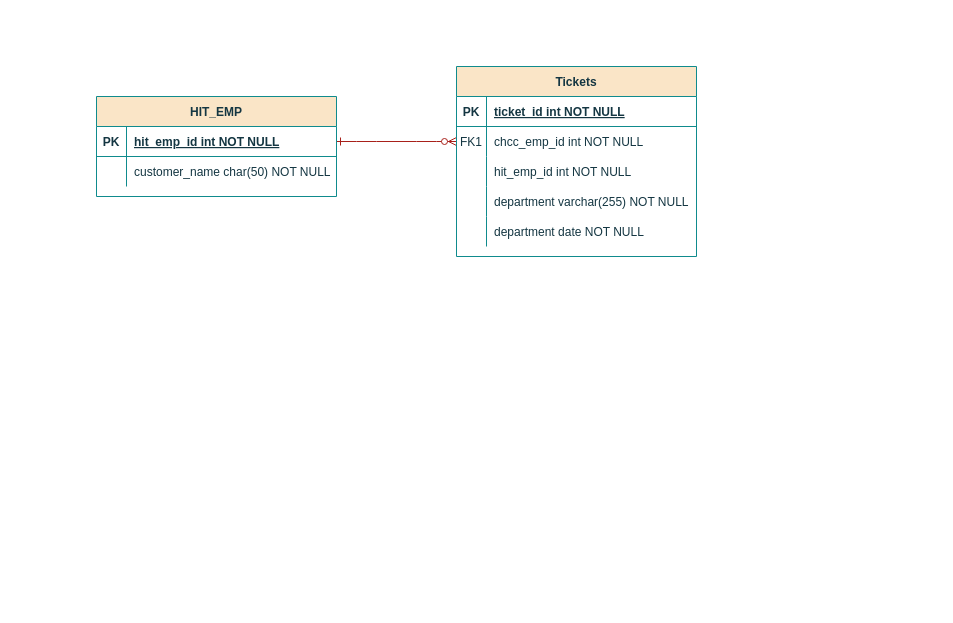
Earlier version of the draw.io diagram Untitled Diagram.drawio (patriciacastillon-marianas/login_diagram). Source tidied: cells renumbered, new cells numbered last; positions are measured from the earlier drawing's top-left corner, leaving out a move shared by most shapes. Both pictures are drawn from the tidied source at 100%, with x=0, y=0 at pixel (96, 66).
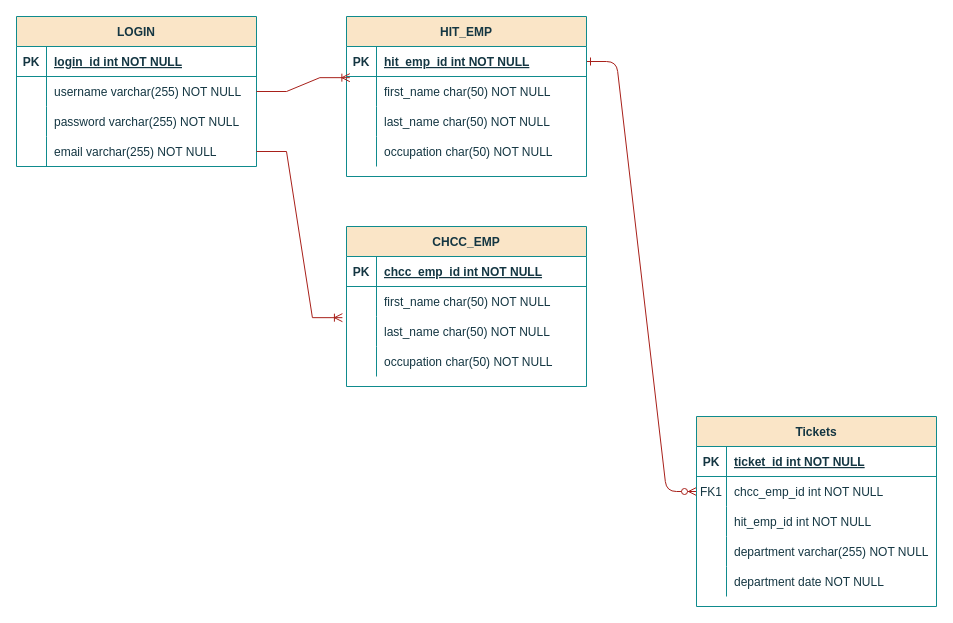
Above is the later version.

The change refers to these unchanged cells:
```xml
<mxCell id="23" style="shape=partialRectangle;fillColor=none;points=[[0,0.5],[1,0.5]];portConstraint=eastwest;top=0;left=0;right=0;bottom=0;labelBackgroundColor=none;strokeColor=#0F8B8D;fontColor=#143642;" parent="19" vertex="1">
  <mxGeometry y="60" width="240" height="30" as="geometry" />
</mxCell>
```

Diff of the diagram source:
```diff
@@
     <mxCell id="3" value="Tickets" style="shape=table;startSize=30;childLayout=tableLayout;rowLines=0;fontStyle=1;align=center;labelBackgroundColor=none;fillColor=#FAE5C7;strokeColor=#0F8B8D;fontColor=#143642;" parent="1" vertex="1">
-      <mxGeometry x="360" width="240" height="190" as="geometry" />
+      <mxGeometry x="600" y="350" width="240" height="190" as="geometry" />
     </mxCell>
@@
     <mxCell id="19" value="HIT_EMP" style="shape=table;startSize=30;childLayout=tableLayout;rowLines=0;fontStyle=1;align=center;labelBackgroundColor=none;fillColor=#FAE5C7;strokeColor=#0F8B8D;fontColor=#143642;" parent="1" vertex="1">
-      <mxGeometry y="30" width="240" height="100" as="geometry" />
+      <mxGeometry x="250" y="-50" width="240" height="160" as="geometry" />
     </mxCell>
@@
-    <mxCell id="25" value="customer_name char(50) NOT NULL" style="shape=partialRectangle;overflow=hidden;fillColor=none;top=0;left=0;bottom=0;right=0;align=left;spacingLeft=6;labelBackgroundColor=none;strokeColor=#0F8B8D;fontColor=#143642;" parent="23" vertex="1">
+    <mxCell id="25" value="first_name char(50) NOT NULL" style="shape=partialRectangle;overflow=hidden;fillColor=none;top=0;left=0;bottom=0;right=0;align=left;spacingLeft=6;labelBackgroundColor=none;strokeColor=#0F8B8D;fontColor=#143642;" parent="23" vertex="1">
       <mxGeometry x="30" width="210" height="30" as="geometry" />
     </mxCell>
+    <mxCell id="26" style="shape=partialRectangle;fillColor=none;top=0;left=0;right=0;bottom=0;labelBackgroundColor=none;strokeColor=#0F8B8D;fontColor=#143642;" parent="19" vertex="1">
+      <mxGeometry y="90" width="240" height="30" as="geometry" />
+    </mxCell>
+    <mxCell id="27" style="shape=partialRectangle;overflow=hidden;fillColor=none;top=0;left=0;bottom=0;right=0;labelBackgroundColor=none;strokeColor=#0F8B8D;fontColor=#143642;" parent="26" vertex="1">
+      <mxGeometry width="30" height="30" as="geometry" />
+    </mxCell>
+    <mxCell id="28" value="last_name char(50) NOT NULL" style="shape=partialRectangle;overflow=hidden;fillColor=none;top=0;left=0;bottom=0;right=0;align=left;spacingLeft=6;labelBackgroundColor=none;strokeColor=#0F8B8D;fontColor=#143642;" parent="26" vertex="1">
+      <mxGeometry x="30" width="210" height="30" as="geometry" />
+    </mxCell>
+    <mxCell id="29" style="shape=partialRectangle;fillColor=none;top=0;left=0;right=0;bottom=0;labelBackgroundColor=none;strokeColor=#0F8B8D;fontColor=#143642;" parent="19" vertex="1">
+      <mxGeometry y="120" width="240" height="30" as="geometry" />
+    </mxCell>
+    <mxCell id="30" style="shape=partialRectangle;overflow=hidden;fillColor=none;top=0;left=0;bottom=0;right=0;labelBackgroundColor=none;strokeColor=#0F8B8D;fontColor=#143642;" parent="29" vertex="1">
+      <mxGeometry width="30" height="30" as="geometry" />
+    </mxCell>
+    <mxCell id="31" value="occupation char(50) NOT NULL" style="shape=partialRectangle;overflow=hidden;fillColor=none;top=0;left=0;bottom=0;right=0;align=left;spacingLeft=6;labelBackgroundColor=none;strokeColor=#0F8B8D;fontColor=#143642;" parent="29" vertex="1">
+      <mxGeometry x="30" width="210" height="30" as="geometry" />
+    </mxCell>
+    <mxCell id="32" value="LOGIN" style="shape=table;startSize=30;childLayout=tableLayout;rowLines=0;fontStyle=1;align=center;labelBackgroundColor=none;fillColor=#FAE5C7;strokeColor=#0F8B8D;fontColor=#143642;" parent="1" vertex="1">
+      <mxGeometry x="-80" y="-50" width="240" height="150" as="geometry" />
+    </mxCell>
+    <mxCell id="33" style="shape=partialRectangle;fillColor=none;top=0;left=0;right=0;bottom=1;labelBackgroundColor=none;strokeColor=#0F8B8D;fontColor=#143642;" parent="32" vertex="1">
+      <mxGeometry y="30" width="240" height="30" as="geometry" />
+    </mxCell>
+    <mxCell id="34" value="PK" style="shape=partialRectangle;overflow=hidden;fillColor=none;top=0;left=0;bottom=0;right=0;fontStyle=1;labelBackgroundColor=none;strokeColor=#0F8B8D;fontColor=#143642;" parent="33" vertex="1">
+      <mxGeometry width="30" height="30" as="geometry" />
+    </mxCell>
+    <mxCell id="35" value="login_id int NOT NULL " style="shape=partialRectangle;overflow=hidden;fillColor=none;top=0;left=0;bottom=0;right=0;align=left;spacingLeft=6;fontStyle=5;labelBackgroundColor=none;strokeColor=#0F8B8D;fontColor=#143642;" parent="33" vertex="1">
+      <mxGeometry x="30" width="210" height="30" as="geometry" />
+    </mxCell>
+    <mxCell id="36" style="shape=partialRectangle;fillColor=none;points=[[0,0.5],[1,0.5]];portConstraint=eastwest;top=0;left=0;right=0;bottom=0;labelBackgroundColor=none;strokeColor=#0F8B8D;fontColor=#143642;" parent="32" vertex="1">
+      <mxGeometry y="60" width="240" height="30" as="geometry" />
+    </mxCell>
+    <mxCell id="37" style="shape=partialRectangle;overflow=hidden;fillColor=none;top=0;left=0;bottom=0;right=0;labelBackgroundColor=none;strokeColor=#0F8B8D;fontColor=#143642;" parent="36" vertex="1">
+      <mxGeometry width="30" height="30" as="geometry" />
+    </mxCell>
+    <mxCell id="38" value="username varchar(255) NOT NULL" style="shape=partialRectangle;overflow=hidden;fillColor=none;top=0;left=0;bottom=0;right=0;align=left;spacingLeft=6;labelBackgroundColor=none;strokeColor=#0F8B8D;fontColor=#143642;" parent="36" vertex="1">
+      <mxGeometry x="30" width="210" height="30" as="geometry" />
+    </mxCell>
+    <mxCell id="39" style="shape=partialRectangle;fillColor=none;top=0;left=0;right=0;bottom=0;labelBackgroundColor=none;strokeColor=#0F8B8D;fontColor=#143642;" parent="32" vertex="1">
+      <mxGeometry y="90" width="240" height="30" as="geometry" />
+    </mxCell>
+    <mxCell id="40" style="shape=partialRectangle;overflow=hidden;fillColor=none;top=0;left=0;bottom=0;right=0;labelBackgroundColor=none;strokeColor=#0F8B8D;fontColor=#143642;" parent="39" vertex="1">
+      <mxGeometry width="30" height="30" as="geometry" />
+    </mxCell>
+    <mxCell id="41" value="password varchar(255) NOT NULL" style="shape=partialRectangle;overflow=hidden;fillColor=none;top=0;left=0;bottom=0;right=0;align=left;spacingLeft=6;labelBackgroundColor=none;strokeColor=#0F8B8D;fontColor=#143642;" parent="39" vertex="1">
+      <mxGeometry x="30" width="210" height="30" as="geometry" />
+    </mxCell>
+    <mxCell id="42" style="shape=partialRectangle;fillColor=none;points=[[0,0.5],[1,0.5]];portConstraint=eastwest;top=0;left=0;right=0;bottom=0;labelBackgroundColor=none;strokeColor=#0F8B8D;fontColor=#143642;" parent="32" vertex="1">
+      <mxGeometry y="120" width="240" height="30" as="geometry" />
+    </mxCell>
+    <mxCell id="43" style="shape=partialRectangle;overflow=hidden;fillColor=none;top=0;left=0;bottom=0;right=0;labelBackgroundColor=none;strokeColor=#0F8B8D;fontColor=#143642;" parent="42" vertex="1">
+      <mxGeometry width="30" height="30" as="geometry" />
+    </mxCell>
+    <mxCell id="44" value="email varchar(255) NOT NULL" style="shape=partialRectangle;overflow=hidden;fillColor=none;top=0;left=0;bottom=0;right=0;align=left;spacingLeft=6;labelBackgroundColor=none;strokeColor=#0F8B8D;fontColor=#143642;" parent="42" vertex="1">
+      <mxGeometry x="30" width="210" height="30" as="geometry" />
+    </mxCell>
+    <mxCell id="45" value="CHCC_EMP" style="shape=table;startSize=30;childLayout=tableLayout;rowLines=0;fontStyle=1;align=center;labelBackgroundColor=none;fillColor=#FAE5C7;strokeColor=#0F8B8D;fontColor=#143642;" parent="1" vertex="1">
+      <mxGeometry x="250" y="160" width="240" height="160" as="geometry" />
+    </mxCell>
+    <mxCell id="46" style="shape=partialRectangle;fillColor=none;top=0;left=0;right=0;bottom=1;labelBackgroundColor=none;strokeColor=#0F8B8D;fontColor=#143642;" parent="45" vertex="1">
+      <mxGeometry y="30" width="240" height="30" as="geometry" />
+    </mxCell>
+    <mxCell id="47" value="PK" style="shape=partialRectangle;overflow=hidden;fillColor=none;top=0;left=0;bottom=0;right=0;fontStyle=1;labelBackgroundColor=none;strokeColor=#0F8B8D;fontColor=#143642;" parent="46" vertex="1">
+      <mxGeometry width="30" height="30" as="geometry" />
+    </mxCell>
+    <mxCell id="48" value="chcc_emp_id int NOT NULL " style="shape=partialRectangle;overflow=hidden;fillColor=none;top=0;left=0;bottom=0;right=0;align=left;spacingLeft=6;fontStyle=5;labelBackgroundColor=none;strokeColor=#0F8B8D;fontColor=#143642;" parent="46" vertex="1">
+      <mxGeometry x="30" width="210" height="30" as="geometry" />
+    </mxCell>
+    <mxCell id="49" style="shape=partialRectangle;fillColor=none;top=0;left=0;right=0;bottom=0;labelBackgroundColor=none;strokeColor=#0F8B8D;fontColor=#143642;" parent="45" vertex="1">
+      <mxGeometry y="60" width="240" height="30" as="geometry" />
+    </mxCell>
+    <mxCell id="50" style="shape=partialRectangle;overflow=hidden;fillColor=none;top=0;left=0;bottom=0;right=0;labelBackgroundColor=none;strokeColor=#0F8B8D;fontColor=#143642;" parent="49" vertex="1">
+      <mxGeometry width="30" height="30" as="geometry" />
+    </mxCell>
+    <mxCell id="51" value="first_name char(50) NOT NULL" style="shape=partialRectangle;overflow=hidden;fillColor=none;top=0;left=0;bottom=0;right=0;align=left;spacingLeft=6;labelBackgroundColor=none;strokeColor=#0F8B8D;fontColor=#143642;" parent="49" vertex="1">
+      <mxGeometry x="30" width="210" height="30" as="geometry" />
+    </mxCell>
+    <mxCell id="52" style="shape=partialRectangle;fillColor=none;points=[[0,0.5],[1,0.5]];portConstraint=eastwest;top=0;left=0;right=0;bottom=0;labelBackgroundColor=none;strokeColor=#0F8B8D;fontColor=#143642;" parent="45" vertex="1">
+      <mxGeometry y="90" width="240" height="30" as="geometry" />
+    </mxCell>
+    <mxCell id="53" style="shape=partialRectangle;overflow=hidden;fillColor=none;top=0;left=0;bottom=0;right=0;labelBackgroundColor=none;strokeColor=#0F8B8D;fontColor=#143642;" parent="52" vertex="1">
+      <mxGeometry width="30" height="30" as="geometry" />
+    </mxCell>
+    <mxCell id="54" value="last_name char(50) NOT NULL" style="shape=partialRectangle;overflow=hidden;fillColor=none;top=0;left=0;bottom=0;right=0;align=left;spacingLeft=6;labelBackgroundColor=none;strokeColor=#0F8B8D;fontColor=#143642;" parent="52" vertex="1">
+      <mxGeometry x="30" width="210" height="30" as="geometry" />
+    </mxCell>
+    <mxCell id="55" style="shape=partialRectangle;fillColor=none;top=0;left=0;right=0;bottom=0;labelBackgroundColor=none;strokeColor=#0F8B8D;fontColor=#143642;" parent="45" vertex="1">
+      <mxGeometry y="120" width="240" height="30" as="geometry" />
+    </mxCell>
+    <mxCell id="56" style="shape=partialRectangle;overflow=hidden;fillColor=none;top=0;left=0;bottom=0;right=0;labelBackgroundColor=none;strokeColor=#0F8B8D;fontColor=#143642;" parent="55" vertex="1">
+      <mxGeometry width="30" height="30" as="geometry" />
+    </mxCell>
+    <mxCell id="57" value="occupation char(50) NOT NULL" style="shape=partialRectangle;overflow=hidden;fillColor=none;top=0;left=0;bottom=0;right=0;align=left;spacingLeft=6;labelBackgroundColor=none;strokeColor=#0F8B8D;fontColor=#143642;" parent="55" vertex="1">
+      <mxGeometry x="30" width="210" height="30" as="geometry" />
+    </mxCell>
+    <mxCell id="58" style="edgeStyle=entityRelationEdgeStyle;fontSize=12;html=1;endArrow=ERoneToMany;rounded=0;strokeColor=#A8201A;fontColor=#143642;fillColor=#FAE5C7;exitX=1;exitY=0.5;exitDx=0;exitDy=0;entryX=0.014;entryY=0.039;entryDx=0;entryDy=0;entryPerimeter=0;" parent="1" edge="1" source="36" target="23">
+      <mxGeometry relative="1" as="geometry">
+        <Array as="points">
+          <mxPoint x="180" y="40" />
+        </Array>
+      </mxGeometry>
+    </mxCell>
+    <mxCell id="59" style="edgeStyle=entityRelationEdgeStyle;fontSize=12;html=1;endArrow=ERoneToMany;rounded=0;strokeColor=#A8201A;fontColor=#143642;fillColor=#FAE5C7;entryX=-0.017;entryY=0.039;entryDx=0;entryDy=0;entryPerimeter=0;" parent="1" edge="1" source="42" target="52">
+      <mxGeometry relative="1" as="geometry" />
+    </mxCell>
```
